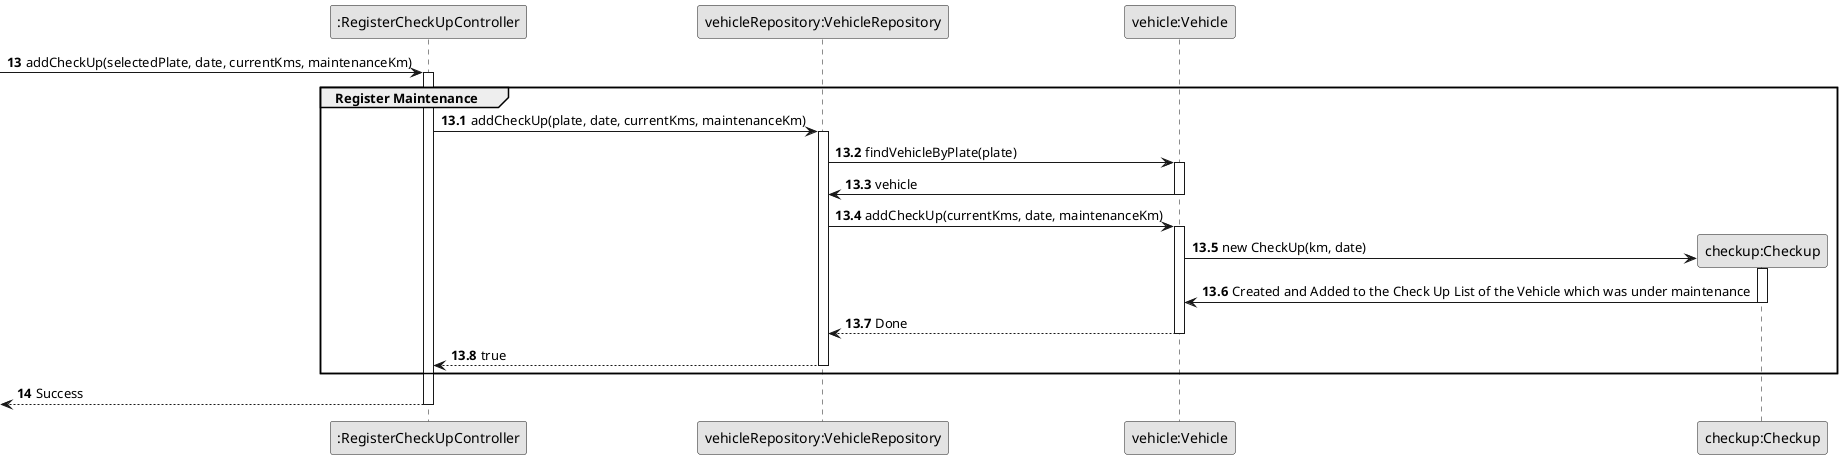
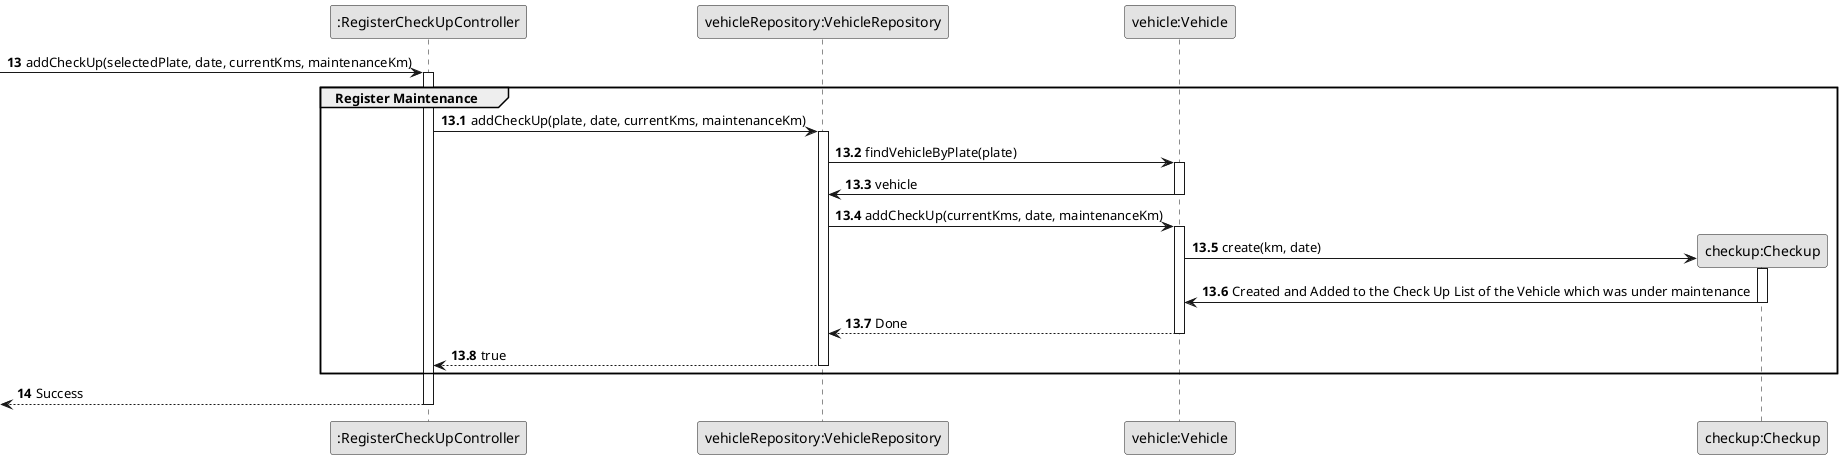
@startuml
skinparam monochrome true
skinparam packageStyle rectangle
skinparam shadowing false

autonumber

participant ":RegisterCheckUpController" as Controller
participant "vehicleRepository:VehicleRepository" as VehicleRepo
participant "vehicle:Vehicle" as Vehicle
participant "checkup:Checkup" as Checkup


autonumber 13

-> Controller : addCheckUp(selectedPlate, date, currentKms, maintenanceKm)
autonumber 13.1
activate Controller

group Register Maintenance

    Controller -> VehicleRepo : addCheckUp(plate, date, currentKms, maintenanceKm)
    activate VehicleRepo

    VehicleRepo -> Vehicle : findVehicleByPlate(plate)
    activate Vehicle

    Vehicle -> VehicleRepo : vehicle
    deactivate Vehicle

    VehicleRepo -> Vehicle : addCheckUp(currentKms, date, maintenanceKm)
    activate Vehicle
-     Vehicle -> Checkup** : new CheckUp(km, date)
+     Vehicle -> Checkup** : create(km, date)
    activate Checkup

    Checkup -> Vehicle : Created and Added to the Check Up List of the Vehicle which was under maintenance
    deactivate Checkup

    Vehicle --> VehicleRepo : Done
    deactivate Vehicle

    VehicleRepo --> Controller : true
    deactivate VehicleRepo
end

autonumber 14

<-- Controller  : Success
deactivate Controller

@enduml
